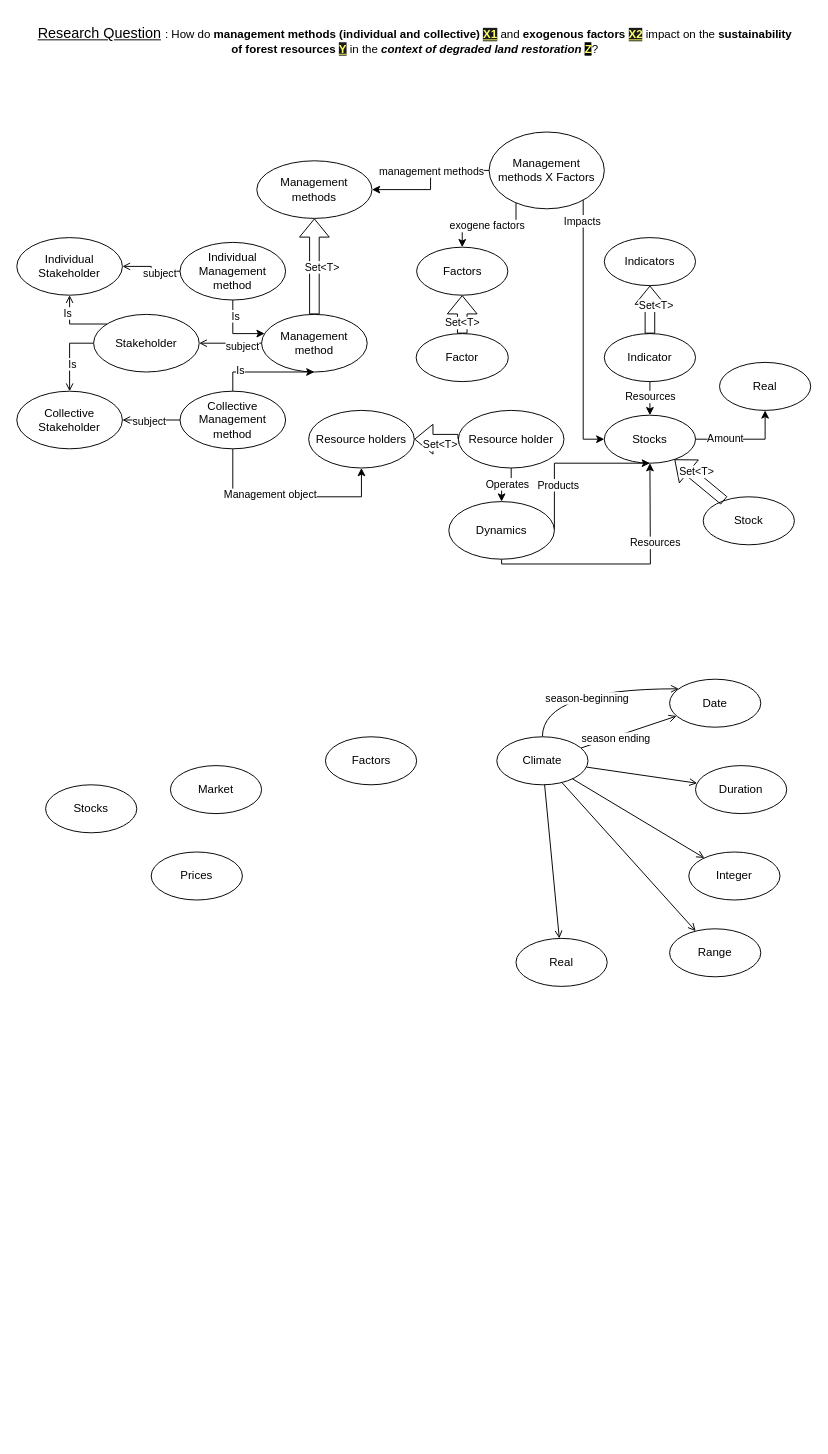
panchovdl/DundiModel keeps this draw.io diagram as page "Page-2" (3 of 3) of DundiV0.drawio. Above is the earlier version. Source tidied: cells renumbered, new cells numbered last; positions are measured from the earlier drawing's top-left corner, leaving out a move shared by most shapes. Both pictures are drawn from the tidied source at 96%, with x=0, y=0 at pixel (16, 16).
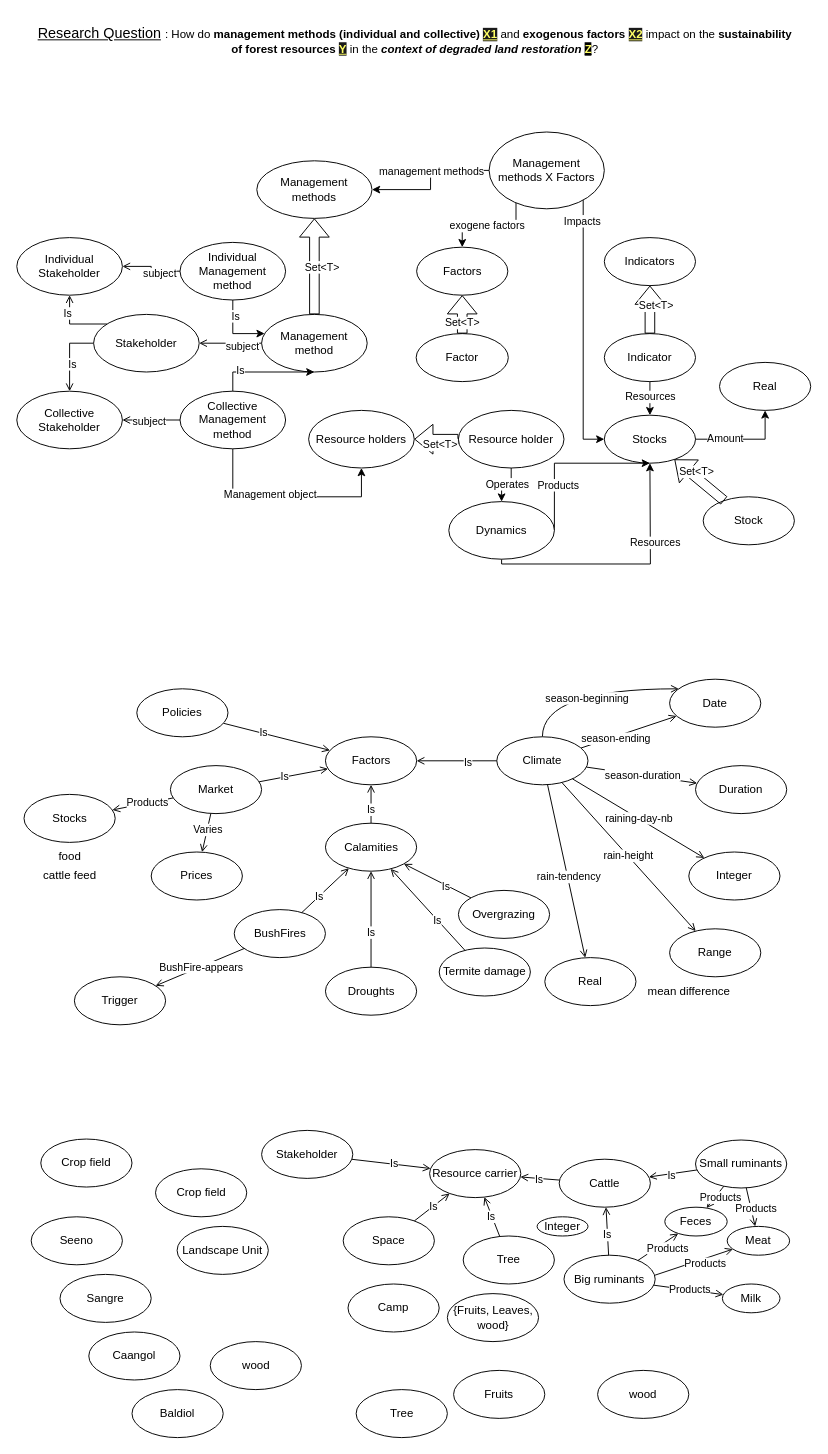
The same page after the edit.

The change refers to these unchanged cells:
```xml
<mxCell id="63" value="Factors" style="ellipse;whiteSpace=wrap;html=1;" parent="1" vertex="1">
  <mxGeometry x="321.5" y="750" width="95" height="50" as="geometry" />
</mxCell>
<mxCell id="64" value="Market" style="ellipse;whiteSpace=wrap;html=1;" parent="1" vertex="1">
  <mxGeometry x="160" y="780" width="95" height="50" as="geometry" />
</mxCell>
<mxCell id="66" value="Prices" style="ellipse;whiteSpace=wrap;html=1;" parent="1" vertex="1">
  <mxGeometry x="140" y="870" width="95" height="50" as="geometry" />
</mxCell>
<mxCell id="67" style="rounded=0;jettySize=auto;html=1;endArrow=open;endFill=0;" parent="1" edge="1" source="72" target="73">
  <mxGeometry relative="1" as="geometry" />
</mxCell>
<mxCell id="69" style="rounded=0;jettySize=auto;html=1;endArrow=open;endFill=0;" parent="1" edge="1" source="72" target="74">
  <mxGeometry relative="1" as="geometry" />
</mxCell>
<mxCell id="72" value="Climate" style="ellipse;whiteSpace=wrap;html=1;" parent="1" vertex="1">
  <mxGeometry x="500" y="750" width="95" height="50" as="geometry" />
</mxCell>
<mxCell id="78" style="rounded=0;jettySize=auto;html=1;endArrow=open;endFill=0;" parent="1" edge="1" source="72" target="75">
  <mxGeometry relative="1" as="geometry" />
</mxCell>
<mxCell id="79" style="rounded=0;jettySize=auto;html=1;endArrow=open;endFill=0;" parent="1" edge="1" source="72" target="76">
  <mxGeometry relative="1" as="geometry" />
</mxCell>
<mxCell id="80" style="rounded=0;jettySize=auto;html=1;endArrow=open;endFill=0;" parent="1" edge="1" source="72" target="77">
  <mxGeometry relative="1" as="geometry" />
</mxCell>
```

What changed in the source:
```diff
@@
+    <mxCell id="81" style="rounded=0;jettySize=auto;html=1;endArrow=open;endFill=0;" parent="1" edge="1" source="64" target="65">
+      <mxGeometry relative="1" as="geometry" />
+    </mxCell>
+    <mxCell id="82" value="Products" style="edgeLabel;html=1;align=center;verticalAlign=middle;" parent="81" vertex="1">
+      <mxGeometry x="0.08" y="-2" relative="1" as="geometry">
+        <mxPoint x="7" as="offset" />
+      </mxGeometry>
+    </mxCell>
+    <mxCell id="83" style="rounded=0;jettySize=auto;html=1;endArrow=open;endFill=0;" parent="1" edge="1" source="64" target="66">
+      <mxGeometry relative="1" as="geometry" />
+    </mxCell>
+    <mxCell id="84" value="Varies" style="edgeLabel;html=1;align=center;verticalAlign=middle;" parent="83" vertex="1">
+      <mxGeometry x="-0.19" relative="1" as="geometry" />
+    </mxCell>
@@
     <mxCell id="65" value="Stocks" style="ellipse;whiteSpace=wrap;html=1;" parent="1" vertex="1">
-      <mxGeometry x="30" y="800" width="95" height="50" as="geometry" />
+      <mxGeometry x="7.5" y="810" width="95" height="50" as="geometry" />
     </mxCell>
@@
-    <mxCell id="68" value="season ending" style="edgeLabel;html=1;align=center;verticalAlign=middle;" parent="67" vertex="1">
+    <mxCell id="68" value="season-ending" style="edgeLabel;html=1;align=center;verticalAlign=middle;" parent="67" vertex="1">
       <mxGeometry x="-0.29" y="-2" relative="1" as="geometry" />
     </mxCell>
@@
+    <mxCell id="85" value="season-duration" style="edgeLabel;html=1;align=center;verticalAlign=middle;" parent="69" vertex="1">
+      <mxGeometry x="0.02" y="1" relative="1" as="geometry" />
+    </mxCell>
@@
     <mxCell id="77" value="Real" style="ellipse;whiteSpace=wrap;html=1;" parent="1" vertex="1">
-      <mxGeometry x="520" y="960" width="95" height="50" as="geometry" />
+      <mxGeometry x="550" y="980" width="95" height="50" as="geometry" />
     </mxCell>
@@
+    <mxCell id="86" value="raining-day-nb" style="edgeLabel;html=1;align=center;verticalAlign=middle;" parent="78" vertex="1">
+      <mxGeometry relative="1" as="geometry" />
+    </mxCell>
@@
+    <mxCell id="87" value="rain-height" style="edgeLabel;html=1;align=center;verticalAlign=middle;" parent="79" vertex="1">
+      <mxGeometry x="-0.02" relative="1" as="geometry" />
+    </mxCell>
@@
+    <mxCell id="88" value="rain-tendency" style="edgeLabel;html=1;align=center;verticalAlign=middle;" parent="80" vertex="1">
+      <mxGeometry x="0.06" y="1" relative="1" as="geometry" />
+    </mxCell>
+    <mxCell id="89" style="rounded=0;jettySize=auto;html=1;endArrow=open;endFill=0;" parent="1" edge="1" source="91" target="63">
+      <mxGeometry relative="1" as="geometry" />
+    </mxCell>
+    <mxCell id="90" value="Is" style="edgeLabel;html=1;align=center;verticalAlign=middle;" parent="89" vertex="1">
+      <mxGeometry x="-0.26" y="1" relative="1" as="geometry" />
+    </mxCell>
+    <mxCell id="91" value="Policies" style="ellipse;whiteSpace=wrap;html=1;" parent="1" vertex="1">
+      <mxGeometry x="125" y="700" width="95" height="50" as="geometry" />
+    </mxCell>
+    <mxCell id="92" style="rounded=0;jettySize=auto;html=1;endArrow=open;endFill=0;" parent="1" edge="1" source="64" target="63">
+      <mxGeometry relative="1" as="geometry" />
+    </mxCell>
+    <mxCell id="93" value="Is" style="edgeLabel;html=1;align=center;verticalAlign=middle;" parent="92" vertex="1">
+      <mxGeometry x="-0.26" y="1" relative="1" as="geometry" />
+    </mxCell>
+    <mxCell id="94" style="rounded=0;jettySize=auto;html=1;endArrow=open;endFill=0;" parent="1" edge="1" source="72" target="63">
+      <mxGeometry relative="1" as="geometry" />
+    </mxCell>
+    <mxCell id="95" value="Is" style="edgeLabel;html=1;align=center;verticalAlign=middle;" parent="94" vertex="1">
+      <mxGeometry x="-0.26" y="1" relative="1" as="geometry" />
+    </mxCell>
+    <mxCell id="96" value="Calamities" style="ellipse;whiteSpace=wrap;html=1;" parent="1" vertex="1">
+      <mxGeometry x="321.5" y="840" width="95" height="50" as="geometry" />
+    </mxCell>
+    <mxCell id="97" style="rounded=0;jettySize=auto;html=1;endArrow=open;endFill=0;" parent="1" edge="1" source="96" target="63">
+      <mxGeometry relative="1" as="geometry" />
+    </mxCell>
+    <mxCell id="98" value="Is" style="edgeLabel;html=1;align=center;verticalAlign=middle;" parent="97" vertex="1">
+      <mxGeometry x="-0.26" y="1" relative="1" as="geometry" />
+    </mxCell>
+    <mxCell id="99" value="BushFires" style="ellipse;whiteSpace=wrap;html=1;" parent="1" vertex="1">
+      <mxGeometry x="226.5" y="930" width="95" height="50" as="geometry" />
+    </mxCell>
+    <mxCell id="100" value="Droughts" style="ellipse;whiteSpace=wrap;html=1;" parent="1" vertex="1">
+      <mxGeometry x="321.5" y="990" width="95" height="50" as="geometry" />
+    </mxCell>
+    <mxCell id="101" value="Overgrazing" style="ellipse;whiteSpace=wrap;html=1;" parent="1" vertex="1">
+      <mxGeometry x="460" y="910" width="95" height="50" as="geometry" />
+    </mxCell>
+    <mxCell id="102" style="rounded=0;jettySize=auto;html=1;endArrow=open;endFill=0;" parent="1" edge="1" source="101" target="96">
+      <mxGeometry relative="1" as="geometry" />
+    </mxCell>
+    <mxCell id="103" value="Is" style="edgeLabel;html=1;align=center;verticalAlign=middle;" parent="102" vertex="1">
+      <mxGeometry x="-0.26" y="1" relative="1" as="geometry" />
+    </mxCell>
+    <mxCell id="104" style="rounded=0;jettySize=auto;html=1;endArrow=open;endFill=0;" parent="1" edge="1" source="100" target="96">
+      <mxGeometry relative="1" as="geometry" />
+    </mxCell>
+    <mxCell id="105" value="Is" style="edgeLabel;html=1;align=center;verticalAlign=middle;" parent="104" vertex="1">
+      <mxGeometry x="-0.26" y="1" relative="1" as="geometry" />
+    </mxCell>
+    <mxCell id="106" style="rounded=0;jettySize=auto;html=1;endArrow=open;endFill=0;" parent="1" edge="1" source="99" target="96">
+      <mxGeometry relative="1" as="geometry" />
+    </mxCell>
+    <mxCell id="107" value="Is" style="edgeLabel;html=1;align=center;verticalAlign=middle;" parent="106" vertex="1">
+      <mxGeometry x="-0.26" y="1" relative="1" as="geometry" />
+    </mxCell>
+    <mxCell id="108" value="mean difference" style="text;html=1;align=center;verticalAlign=middle;strokeColor=none;fillColor=none;" parent="1" vertex="1">
+      <mxGeometry x="645" y="1000" width="110" height="30" as="geometry" />
+    </mxCell>
+    <mxCell id="109" value="Resource carrier" style="ellipse;whiteSpace=wrap;html=1;" parent="1" vertex="1">
+      <mxGeometry x="430" y="1180" width="95" height="50" as="geometry" />
+    </mxCell>
+    <mxCell id="110" value="Camp" style="ellipse;whiteSpace=wrap;html=1;" parent="1" vertex="1">
+      <mxGeometry x="345" y="1320" width="95" height="50" as="geometry" />
+    </mxCell>
+    <mxCell id="111" value="Termite damage" style="ellipse;whiteSpace=wrap;html=1;" parent="1" vertex="1">
+      <mxGeometry x="440" y="970" width="95" height="50" as="geometry" />
+    </mxCell>
+    <mxCell id="112" style="rounded=0;jettySize=auto;html=1;endArrow=open;endFill=0;" parent="1" edge="1" source="111" target="96">
+      <mxGeometry relative="1" as="geometry" />
+    </mxCell>
+    <mxCell id="113" value="Is" style="edgeLabel;html=1;align=center;verticalAlign=middle;" parent="112" vertex="1">
+      <mxGeometry x="-0.26" y="1" relative="1" as="geometry" />
+    </mxCell>
+    <mxCell id="114" value="Cattle" style="ellipse;whiteSpace=wrap;html=1;" parent="1" vertex="1">
+      <mxGeometry x="565" y="1190" width="95" height="50" as="geometry" />
+    </mxCell>
+    <mxCell id="115" value="Stakeholder" style="ellipse;whiteSpace=wrap;html=1;" parent="1" vertex="1">
+      <mxGeometry x="255" y="1160" width="95" height="50" as="geometry" />
+    </mxCell>
+    <mxCell id="116" value="Space" style="ellipse;whiteSpace=wrap;html=1;" parent="1" vertex="1">
+      <mxGeometry x="340" y="1250" width="95" height="50" as="geometry" />
+    </mxCell>
+    <mxCell id="117" value="Tree" style="ellipse;whiteSpace=wrap;html=1;" parent="1" vertex="1">
+      <mxGeometry x="465" y="1270" width="95" height="50" as="geometry" />
+    </mxCell>
+    <mxCell id="118" value="Small ruminants" style="ellipse;whiteSpace=wrap;html=1;" parent="1" vertex="1">
+      <mxGeometry x="707" y="1170" width="95" height="50" as="geometry" />
+    </mxCell>
+    <mxCell id="119" value="Big ruminants" style="ellipse;whiteSpace=wrap;html=1;" parent="1" vertex="1">
+      <mxGeometry x="570" y="1290" width="95" height="50" as="geometry" />
+    </mxCell>
+    <mxCell id="120" value="Crop field" style="ellipse;whiteSpace=wrap;html=1;" parent="1" vertex="1">
+      <mxGeometry x="144.5" y="1200" width="95" height="50" as="geometry" />
+    </mxCell>
+    <mxCell id="121" value="Landscape Unit" style="ellipse;whiteSpace=wrap;html=1;" parent="1" vertex="1">
+      <mxGeometry x="167" y="1260" width="95" height="50" as="geometry" />
+    </mxCell>
+    <mxCell id="122" value="wood" style="ellipse;whiteSpace=wrap;html=1;" parent="1" vertex="1">
+      <mxGeometry x="201.5" y="1380" width="95" height="50" as="geometry" />
+    </mxCell>
+    <mxCell id="123" value="Seeno" style="ellipse;whiteSpace=wrap;html=1;" parent="1" vertex="1">
+      <mxGeometry x="15" y="1250" width="95" height="50" as="geometry" />
+    </mxCell>
+    <mxCell id="124" value="Sangre" style="ellipse;whiteSpace=wrap;html=1;" parent="1" vertex="1">
+      <mxGeometry x="45" y="1310" width="95" height="50" as="geometry" />
+    </mxCell>
+    <mxCell id="125" value="Caangol" style="ellipse;whiteSpace=wrap;html=1;" parent="1" vertex="1">
+      <mxGeometry x="75" y="1370" width="95" height="50" as="geometry" />
+    </mxCell>
+    <mxCell id="126" value="Baldiol" style="ellipse;whiteSpace=wrap;html=1;" parent="1" vertex="1">
+      <mxGeometry x="120" y="1430" width="95" height="50" as="geometry" />
+    </mxCell>
+    <mxCell id="127" value="wood" style="ellipse;whiteSpace=wrap;html=1;" parent="1" vertex="1">
+      <mxGeometry x="605" y="1410" width="95" height="50" as="geometry" />
+    </mxCell>
+    <mxCell id="128" value="Fruits" style="ellipse;whiteSpace=wrap;html=1;" parent="1" vertex="1">
+      <mxGeometry x="455" y="1410" width="95" height="50" as="geometry" />
+    </mxCell>
+    <mxCell id="129" value="Tree" style="ellipse;whiteSpace=wrap;html=1;" parent="1" vertex="1">
+      <mxGeometry x="353.5" y="1430" width="95" height="50" as="geometry" />
+    </mxCell>
+    <mxCell id="130" value="{Fruits, Leaves, wood}" style="ellipse;whiteSpace=wrap;html=1;" parent="1" vertex="1">
+      <mxGeometry x="448.5" y="1330" width="95" height="50" as="geometry" />
+    </mxCell>
+    <mxCell id="131" value="Meat" style="ellipse;whiteSpace=wrap;html=1;" parent="1" vertex="1">
+      <mxGeometry x="740" y="1260" width="65" height="30" as="geometry" />
+    </mxCell>
+    <mxCell id="132" value="Feces" style="ellipse;whiteSpace=wrap;html=1;" parent="1" vertex="1">
+      <mxGeometry x="675" y="1240" width="65" height="30" as="geometry" />
+    </mxCell>
+    <mxCell id="133" value="Milk" style="ellipse;whiteSpace=wrap;html=1;" parent="1" vertex="1">
+      <mxGeometry x="735" y="1320" width="60" height="30" as="geometry" />
+    </mxCell>
+    <mxCell id="134" style="rounded=0;jettySize=auto;html=1;endArrow=open;endFill=0;" parent="1" edge="1" source="118" target="114">
+      <mxGeometry relative="1" as="geometry" />
+    </mxCell>
+    <mxCell id="135" value="Is" style="edgeLabel;html=1;align=center;verticalAlign=middle;" parent="134" vertex="1">
+      <mxGeometry x="0.06" y="1" relative="1" as="geometry" />
+    </mxCell>
+    <mxCell id="136" style="rounded=0;jettySize=auto;html=1;endArrow=open;endFill=0;" parent="1" edge="1" source="119" target="114">
+      <mxGeometry relative="1" as="geometry" />
+    </mxCell>
+    <mxCell id="137" value="Is" style="edgeLabel;html=1;align=center;verticalAlign=middle;" parent="136" vertex="1">
+      <mxGeometry x="0.06" y="1" relative="1" as="geometry">
+        <mxPoint y="5" as="offset" />
+      </mxGeometry>
+    </mxCell>
+    <mxCell id="138" value="Crop field" style="ellipse;whiteSpace=wrap;html=1;" parent="1" vertex="1">
+      <mxGeometry x="25" y="1169" width="95" height="50" as="geometry" />
+    </mxCell>
+    <mxCell id="139" style="rounded=0;jettySize=auto;html=1;endArrow=open;endFill=0;" parent="1" edge="1" source="114" target="109">
+      <mxGeometry relative="1" as="geometry" />
+    </mxCell>
+    <mxCell id="140" value="Is" style="edgeLabel;html=1;align=center;verticalAlign=middle;" parent="139" vertex="1">
+      <mxGeometry x="0.06" y="1" relative="1" as="geometry" />
+    </mxCell>
+    <mxCell id="141" style="rounded=0;jettySize=auto;html=1;endArrow=open;endFill=0;" parent="1" edge="1" source="117" target="109">
+      <mxGeometry relative="1" as="geometry" />
+    </mxCell>
+    <mxCell id="142" value="Is" style="edgeLabel;html=1;align=center;verticalAlign=middle;" parent="141" vertex="1">
+      <mxGeometry x="0.06" y="1" relative="1" as="geometry" />
+    </mxCell>
+    <mxCell id="143" style="rounded=0;jettySize=auto;html=1;endArrow=open;endFill=0;" parent="1" edge="1" source="116" target="109">
+      <mxGeometry relative="1" as="geometry" />
+    </mxCell>
+    <mxCell id="144" value="Is" style="edgeLabel;html=1;align=center;verticalAlign=middle;" parent="143" vertex="1">
+      <mxGeometry x="0.06" y="1" relative="1" as="geometry" />
+    </mxCell>
+    <mxCell id="145" style="rounded=0;jettySize=auto;html=1;endArrow=open;endFill=0;" parent="1" edge="1" source="115" target="109">
+      <mxGeometry relative="1" as="geometry" />
+    </mxCell>
+    <mxCell id="146" value="Is" style="edgeLabel;html=1;align=center;verticalAlign=middle;" parent="145" vertex="1">
+      <mxGeometry x="0.06" y="1" relative="1" as="geometry" />
+    </mxCell>
+    <mxCell id="147" style="rounded=0;jettySize=auto;html=1;endArrow=open;endFill=0;" parent="1" edge="1" source="118" target="131">
+      <mxGeometry relative="1" as="geometry" />
+    </mxCell>
+    <mxCell id="148" value="Products" style="edgeLabel;html=1;align=center;verticalAlign=middle;" parent="147" vertex="1">
+      <mxGeometry x="0.08" y="-2" relative="1" as="geometry">
+        <mxPoint x="7" as="offset" />
+      </mxGeometry>
+    </mxCell>
+    <mxCell id="149" style="rounded=0;jettySize=auto;html=1;endArrow=open;endFill=0;exitX=0.998;exitY=0.416;exitDx=0;exitDy=0;exitPerimeter=0;" parent="1" edge="1" source="119" target="131">
+      <mxGeometry relative="1" as="geometry" />
+    </mxCell>
+    <mxCell id="150" value="Products" style="edgeLabel;html=1;align=center;verticalAlign=middle;" parent="149" vertex="1">
+      <mxGeometry x="0.08" y="-2" relative="1" as="geometry">
+        <mxPoint x="7" as="offset" />
+      </mxGeometry>
+    </mxCell>
+    <mxCell id="151" style="rounded=0;jettySize=auto;html=1;endArrow=open;endFill=0;" parent="1" edge="1" source="118" target="132">
+      <mxGeometry relative="1" as="geometry" />
+    </mxCell>
+    <mxCell id="152" value="Products" style="edgeLabel;html=1;align=center;verticalAlign=middle;" parent="151" vertex="1">
+      <mxGeometry x="0.08" y="-2" relative="1" as="geometry">
+        <mxPoint x="7" as="offset" />
+      </mxGeometry>
+    </mxCell>
+    <mxCell id="153" style="rounded=0;jettySize=auto;html=1;endArrow=open;endFill=0;" parent="1" edge="1" source="119" target="132">
+      <mxGeometry relative="1" as="geometry" />
+    </mxCell>
+    <mxCell id="154" value="Products" style="edgeLabel;html=1;align=center;verticalAlign=middle;" parent="153" vertex="1">
+      <mxGeometry x="0.08" y="-2" relative="1" as="geometry">
+        <mxPoint x="7" as="offset" />
+      </mxGeometry>
+    </mxCell>
+    <mxCell id="155" style="rounded=0;jettySize=auto;html=1;endArrow=open;endFill=0;" parent="1" edge="1" source="119" target="133">
+      <mxGeometry relative="1" as="geometry" />
+    </mxCell>
+    <mxCell id="156" value="Products" style="edgeLabel;html=1;align=center;verticalAlign=middle;" parent="155" vertex="1">
+      <mxGeometry x="0.08" y="-2" relative="1" as="geometry">
+        <mxPoint x="-2" y="-3" as="offset" />
+      </mxGeometry>
+    </mxCell>
+    <mxCell id="157" value="food" style="text;html=1;align=center;verticalAlign=middle;strokeColor=none;fillColor=none;" parent="1" vertex="1">
+      <mxGeometry x="30" y="860" width="50" height="30" as="geometry" />
+    </mxCell>
+    <mxCell id="158" value="cattle feed" style="text;html=1;align=center;verticalAlign=middle;strokeColor=none;fillColor=none;" parent="1" vertex="1">
+      <mxGeometry x="15" y="880" width="80" height="30" as="geometry" />
+    </mxCell>
+    <mxCell id="159" value="Integer" style="ellipse;whiteSpace=wrap;html=1;" parent="1" vertex="1">
+      <mxGeometry x="542" y="1250" width="53" height="20" as="geometry" />
+    </mxCell>
+    <mxCell id="160" value="Trigger" style="ellipse;whiteSpace=wrap;html=1;" parent="1" vertex="1">
+      <mxGeometry x="60" y="1000" width="95" height="50" as="geometry" />
+    </mxCell>
+    <mxCell id="161" style="rounded=0;jettySize=auto;html=1;endArrow=open;endFill=0;" parent="1" edge="1" source="99" target="160">
+      <mxGeometry relative="1" as="geometry" />
+    </mxCell>
+    <mxCell id="162" value="BushFire-appears" style="edgeLabel;html=1;align=center;verticalAlign=middle;" parent="161" vertex="1">
+      <mxGeometry x="-0.29" y="-2" relative="1" as="geometry">
+        <mxPoint x="-11" y="7" as="offset" />
+      </mxGeometry>
+    </mxCell>
```
